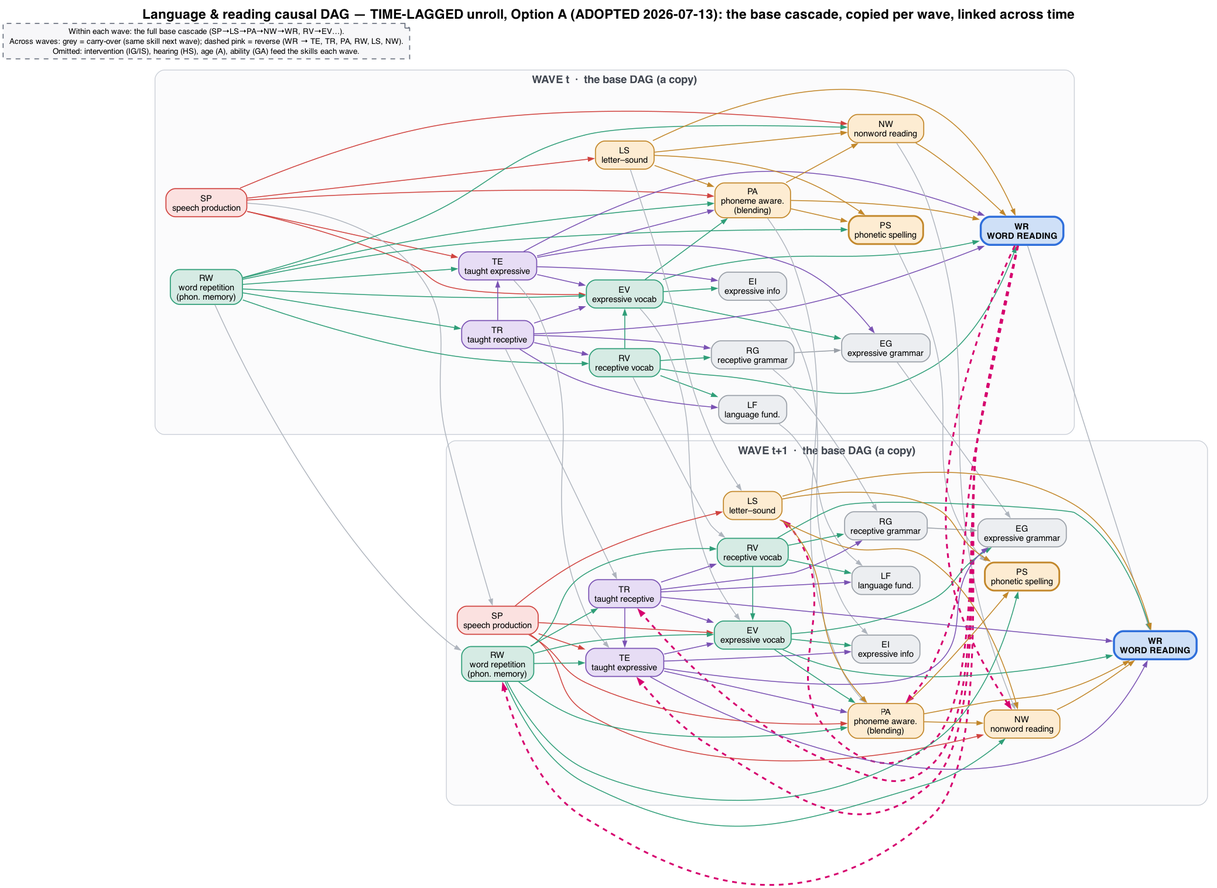
The Graphviz diagram dag/dag-language-reading-lagged-per-wave.png in dseinternational/language-reading-predictors, before a commit. Its source is kept beside it as dag/dag-language-reading-lagged-per-wave.dot.
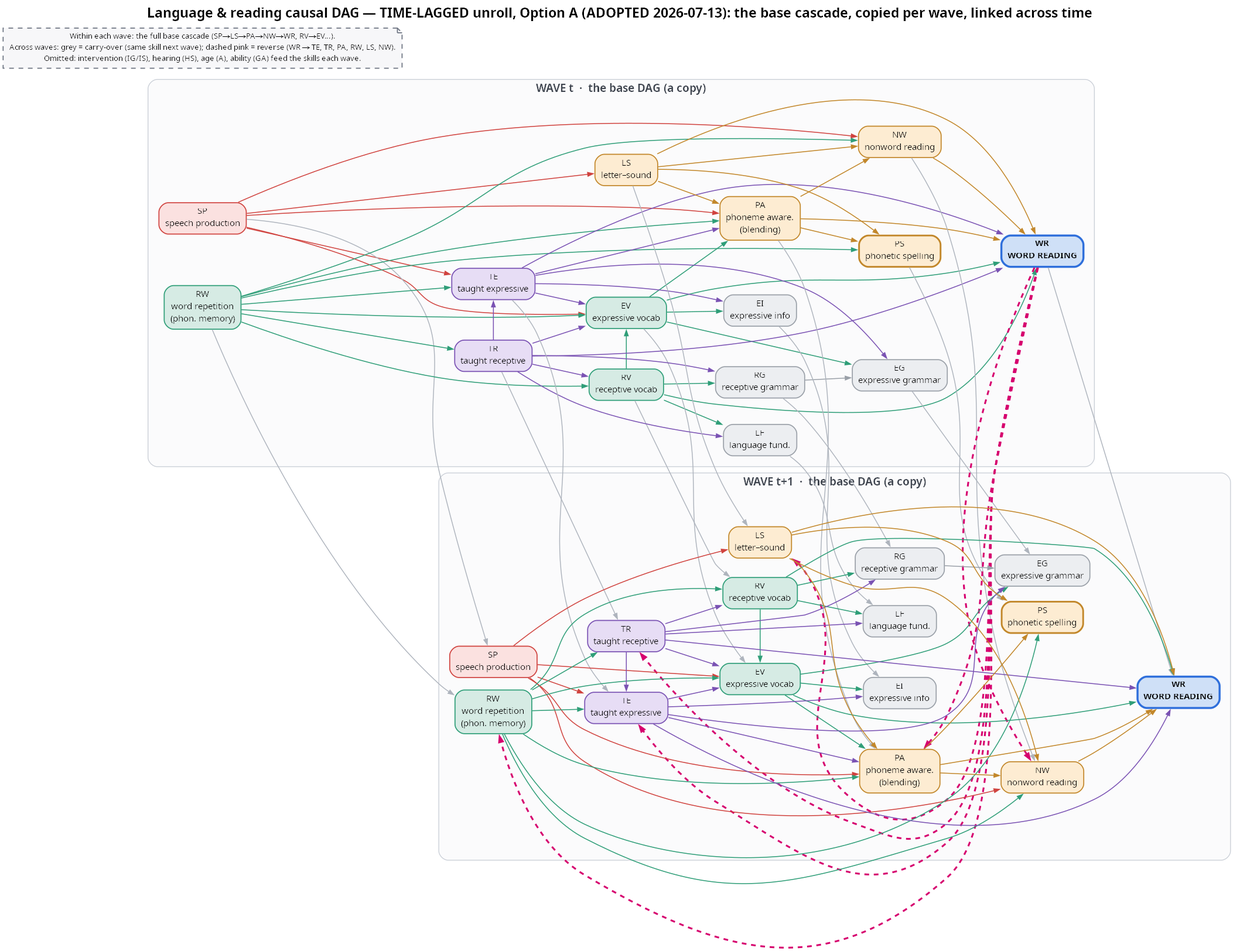
Above is the later version.

Change to the diagram source:
```diff
@@ -1,12 +1,12 @@
 digraph COPYPASTE {
   rankdir=LR; compound=true; bgcolor="white"; splines=true;
-  labelloc="t"; fontname="Helvetica-Bold"; fontsize=17;
-  label="Language & reading causal DAG — TIME-LAGGED unroll, Option A (ADOPTED 2026-07-13): the base cascade, copied per wave, linked across time";
+  labelloc="t"; fontname="Noto Sans,sans-serif"; fontsize=17;
+  label=<<B>Language &amp; reading causal DAG — TIME-LAGGED unroll, Option A (ADOPTED 2026-07-13): the base cascade, copied per wave, linked across time</B>>;
   nodesep=0.22; ranksep=0.85;
-  node [shape=box, style="rounded,filled", fontname="Helvetica", fontsize=11, margin="0.11,0.06", penwidth=1.3, color="#9aa0a8", fillcolor="#eceef1"];
+  node [shape=box, style="rounded,filled", fontname="Noto Sans,sans-serif", fontsize=11, margin="0.11,0.06", penwidth=1.3, color="#9aa0a8", fillcolor="#eceef1"];
   edge [arrowsize=0.7, penwidth=1.15];
   subgraph cluster_1 {
-    label="WAVE t  ·  the base DAG (a copy)"; labelloc="t"; fontname="Helvetica-Bold"; fontsize=14; fontcolor="#404650";
+    label=<<B>WAVE t  ·  the base DAG (a copy)</B>>; labelloc="t"; fontname="Noto Sans,sans-serif"; fontsize=14; fontcolor="#404650";
     style="rounded,filled"; color="#c9ced6"; fillcolor="#fbfbfc"; margin=14;
     "SP_1" [label="SP\nspeech production", fillcolor="#fbe1e0", color="#d0433f"];
     "RW_1" [label="RW\nword repetition\n(phon. memory)", fillcolor="#d6ebe4", color="#2f9e78"];
@@ -22,7 +22,7 @@
     "PA_1" [label="PA\nphoneme aware.\n(blending)", fillcolor="#fdecd2", color="#c2872a"];
     "NW_1" [label="NW\nnonword reading", fillcolor="#fdecd2", color="#c2872a"];
     "PS_1" [label="PS\nphonetic spelling", fillcolor="#fdecd2", color="#c2872a", penwidth=2.2];
-    "WR_1" [label="WR\nWORD READING", fillcolor="#cfe0f7", color="#2f6fdb", penwidth=2.6, fontname="Helvetica-Bold"];
+    "WR_1" [label=<<TABLE BORDER="0" CELLSPACING="0" CELLPADDING="0"><TR><TD><B>WR</B></TD></TR><TR><TD><B>WORD READING</B></TD></TR></TABLE>>, fillcolor="#cfe0f7", color="#2f6fdb", penwidth=2.6];
     "TR_1" -> "TE_1" [color="#7a52b3", penwidth=1.15];
     "TR_1" -> "RV_1" [color="#7a52b3", penwidth=1.15];
     "TR_1" -> "EV_1" [color="#7a52b3", penwidth=1.15];
@@ -69,7 +69,7 @@
     {rank=same; "NW_1"; "PS_1";}
   }
   subgraph cluster_2 {
-    label="WAVE t+1  ·  the base DAG (a copy)"; labelloc="t"; fontname="Helvetica-Bold"; fontsize=14; fontcolor="#404650";
+    label=<<B>WAVE t+1  ·  the base DAG (a copy)</B>>; labelloc="t"; fontname="Noto Sans,sans-serif"; fontsize=14; fontcolor="#404650";
     style="rounded,filled"; color="#c9ced6"; fillcolor="#fbfbfc"; margin=14;
     "SP_2" [label="SP\nspeech production", fillcolor="#fbe1e0", color="#d0433f"];
     "RW_2" [label="RW\nword repetition\n(phon. memory)", fillcolor="#d6ebe4", color="#2f9e78"];
@@ -85,7 +85,7 @@
     "PA_2" [label="PA\nphoneme aware.\n(blending)", fillcolor="#fdecd2", color="#c2872a"];
     "NW_2" [label="NW\nnonword reading", fillcolor="#fdecd2", color="#c2872a"];
     "PS_2" [label="PS\nphonetic spelling", fillcolor="#fdecd2", color="#c2872a", penwidth=2.2];
-    "WR_2" [label="WR\nWORD READING", fillcolor="#cfe0f7", color="#2f6fdb", penwidth=2.6, fontname="Helvetica-Bold"];
+    "WR_2" [label=<<TABLE BORDER="0" CELLSPACING="0" CELLPADDING="0"><TR><TD><B>WR</B></TD></TR><TR><TD><B>WORD READING</B></TD></TR></TABLE>>, fillcolor="#cfe0f7", color="#2f6fdb", penwidth=2.6];
     "TR_2" -> "TE_2" [color="#7a52b3", penwidth=1.15];
     "TR_2" -> "RV_2" [color="#7a52b3", penwidth=1.15];
     "TR_2" -> "EV_2" [color="#7a52b3", penwidth=1.15];
```
